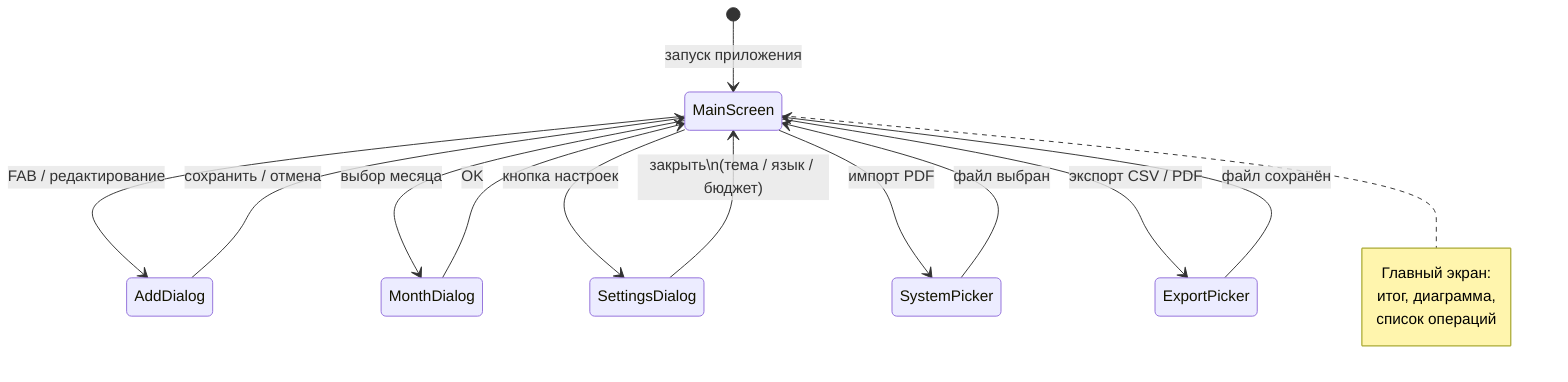
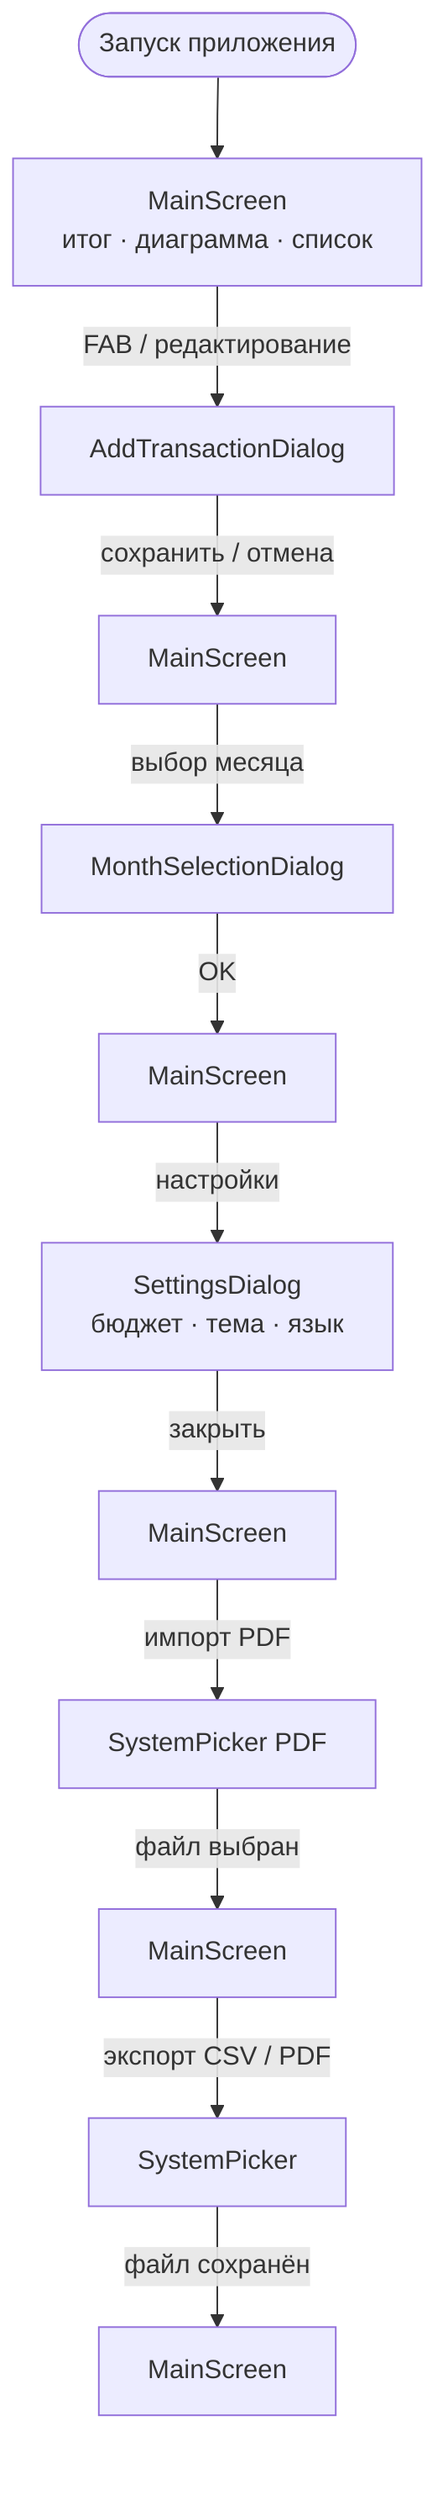
- stateDiagram-v2
-     [*] --> MainScreen: запуск приложения
+ flowchart TB
+     start([Запуск приложения]) --> m1["MainScreen<br/>итог · диаграмма · список"]

-     MainScreen --> AddDialog: FAB / редактирование
-     AddDialog --> MainScreen: сохранить / отмена
+     m1 -->|FAB / редактирование| add[AddTransactionDialog]
+     add -->|сохранить / отмена| m2[MainScreen]

-     MainScreen --> MonthDialog: выбор месяца
-     MonthDialog --> MainScreen: OK
+     m2 -->|выбор месяца| month[MonthSelectionDialog]
+     month -->|OK| m3[MainScreen]

-     MainScreen --> SettingsDialog: кнопка настроек
-     SettingsDialog --> MainScreen: закрыть\n(тема / язык / бюджет)
+     m3 -->|настройки| settings[SettingsDialog<br/>бюджет · тема · язык]
+     settings -->|закрыть| m4[MainScreen]

-     MainScreen --> SystemPicker: импорт PDF
-     SystemPicker --> MainScreen: файл выбран
+     m4 -->|импорт PDF| import[SystemPicker PDF]
+     import -->|файл выбран| m5[MainScreen]

-     MainScreen --> ExportPicker: экспорт CSV / PDF
-     ExportPicker --> MainScreen: файл сохранён
- 
-     note right of MainScreen
-         Главный экран:
-         итог, диаграмма,
-         список операций
-     end note
+     m5 -->|экспорт CSV / PDF| export[SystemPicker]
+     export -->|файл сохранён| m6[MainScreen]
